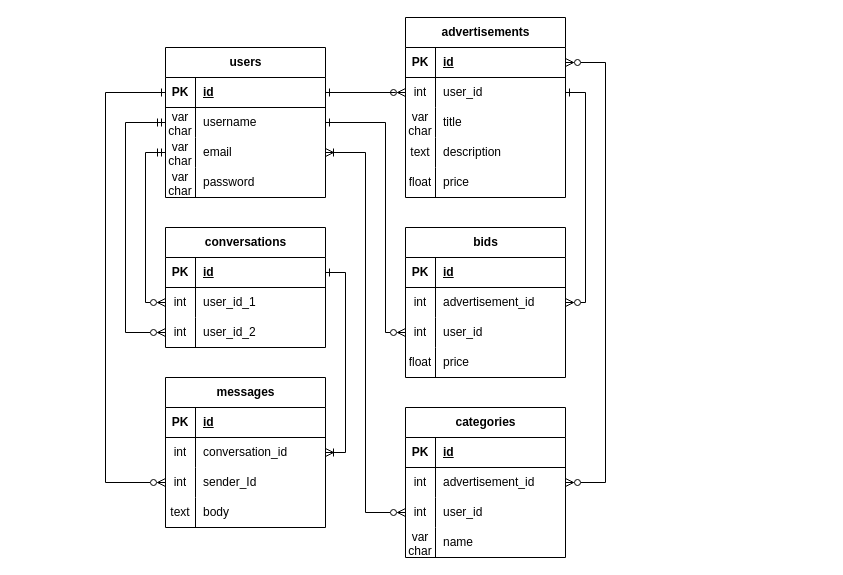
This is marketplace-database.drawio from LeggyBoiTim/laravel-marketplace, a draw.io file, before an edit. Source tidied: cells renumbered, new cells numbered last; positions are measured from the earlier drawing's top-left corner, leaving out a move shared by most shapes. Both pictures are drawn from the tidied source at 100%, with x=0, y=0 at pixel (105, 17).
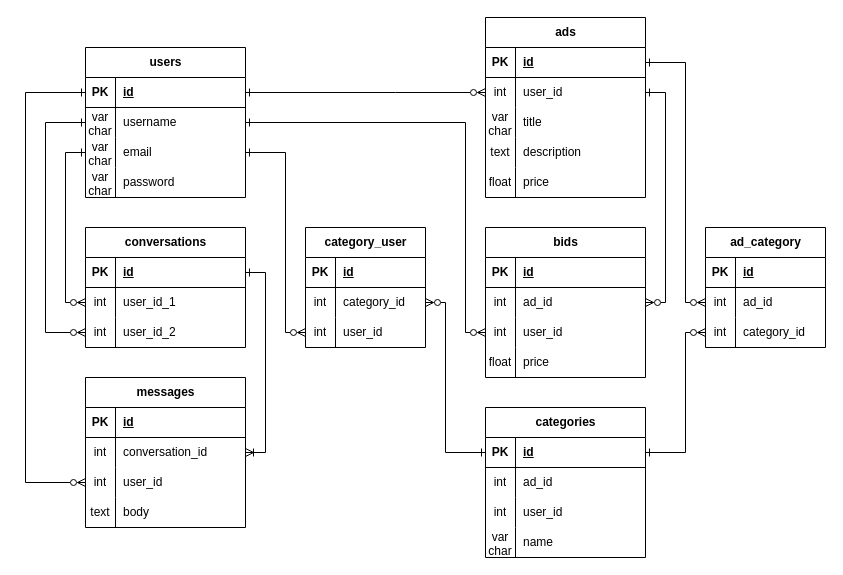
Above is the later version.

Commit message (it also covers changes not shown here):
Updated database diagram

The change refers to these unchanged cells:
```xml
<mxCell id="3" style="shape=tableRow;horizontal=0;startSize=0;swimlaneHead=0;swimlaneBody=0;fillColor=none;points=[[0,0.5],[1,0.5]];portConstraint=eastwest;top=0;left=0;right=0;bottom=1;" parent="2" vertex="1">
  <mxGeometry y="30" width="160" height="30" as="geometry" />
</mxCell>
<mxCell id="6" style="shape=tableRow;horizontal=0;startSize=0;swimlaneHead=0;swimlaneBody=0;fillColor=none;points=[[0,0.5],[1,0.5]];portConstraint=eastwest;top=0;left=0;right=0;bottom=0;" parent="2" vertex="1">
  <mxGeometry y="60" width="160" height="30" as="geometry" />
</mxCell>
<mxCell id="9" style="shape=tableRow;horizontal=0;startSize=0;swimlaneHead=0;swimlaneBody=0;fillColor=none;points=[[0,0.5],[1,0.5]];portConstraint=eastwest;top=0;left=0;right=0;bottom=0;" parent="2" vertex="1">
  <mxGeometry y="90" width="160" height="30" as="geometry" />
</mxCell>
<mxCell id="16" style="shape=tableRow;horizontal=0;startSize=0;swimlaneHead=0;swimlaneBody=0;fillColor=none;points=[[0,0.5],[1,0.5]];portConstraint=eastwest;top=0;left=0;right=0;bottom=1;" parent="15" vertex="1">
  <mxGeometry y="30" width="160" height="30" as="geometry" />
</mxCell>
<mxCell id="35" style="shape=tableRow;horizontal=0;startSize=0;swimlaneHead=0;swimlaneBody=0;fillColor=none;points=[[0,0.5],[1,0.5]];portConstraint=eastwest;top=0;left=0;right=0;bottom=0;" parent="31" vertex="1">
  <mxGeometry y="60" width="160" height="30" as="geometry" />
</mxCell>
<mxCell id="38" style="shape=tableRow;horizontal=0;startSize=0;swimlaneHead=0;swimlaneBody=0;fillColor=none;points=[[0,0.5],[1,0.5]];portConstraint=eastwest;top=0;left=0;right=0;bottom=0;" parent="31" vertex="1">
  <mxGeometry y="90" width="160" height="30" as="geometry" />
</mxCell>
<mxCell id="45" style="shape=tableRow;horizontal=0;startSize=0;swimlaneHead=0;swimlaneBody=0;fillColor=none;points=[[0,0.5],[1,0.5]];portConstraint=eastwest;top=0;left=0;right=0;bottom=1;" parent="44" vertex="1">
  <mxGeometry y="30" width="160" height="30" as="geometry" />
</mxCell>
<mxCell id="48" style="shape=tableRow;horizontal=0;startSize=0;swimlaneHead=0;swimlaneBody=0;fillColor=none;points=[[0,0.5],[1,0.5]];portConstraint=eastwest;top=0;left=0;right=0;bottom=0;" parent="44" vertex="1">
  <mxGeometry y="60" width="160" height="30" as="geometry" />
</mxCell>
<mxCell id="51" style="shape=tableRow;horizontal=0;startSize=0;swimlaneHead=0;swimlaneBody=0;fillColor=none;points=[[0,0.5],[1,0.5]];portConstraint=eastwest;top=0;left=0;right=0;bottom=0;" parent="44" vertex="1">
  <mxGeometry y="90" width="160" height="30" as="geometry" />
</mxCell>
<mxCell id="64" style="shape=tableRow;horizontal=0;startSize=0;swimlaneHead=0;swimlaneBody=0;fillColor=none;points=[[0,0.5],[1,0.5]];portConstraint=eastwest;top=0;left=0;right=0;bottom=0;" parent="57" vertex="1">
  <mxGeometry y="90" width="160" height="30" as="geometry" />
</mxCell>
<mxCell id="74" style="shape=tableRow;horizontal=0;startSize=0;swimlaneHead=0;swimlaneBody=0;fillColor=none;points=[[0,0.5],[1,0.5]];portConstraint=eastwest;top=0;left=0;right=0;bottom=0;" parent="70" vertex="1">
  <mxGeometry y="60" width="160" height="30" as="geometry" />
</mxCell>
<mxCell id="77" style="shape=tableRow;horizontal=0;startSize=0;swimlaneHead=0;swimlaneBody=0;fillColor=none;points=[[0,0.5],[1,0.5]];portConstraint=eastwest;top=0;left=0;right=0;bottom=0;" parent="70" vertex="1">
  <mxGeometry y="90" width="160" height="30" as="geometry" />
</mxCell>
```

The edit, as a diff of the source:
```diff
@@
     <mxCell id="2" value="users" style="shape=table;startSize=30;childLayout=tableLayout;rowLines=0;fontStyle=1;align=center;html=1;" parent="1" vertex="1">
-      <mxGeometry x="60" y="30" width="160" height="150" as="geometry" />
+      <mxGeometry x="-20" y="30" width="160" height="150" as="geometry" />
     </mxCell>
@@
-    <mxCell id="15" value="advertisements" style="shape=table;startSize=30;childLayout=tableLayout;rowLines=0;fontStyle=1;align=center;html=1;" parent="1" vertex="1">
-      <mxGeometry x="300" width="160" height="180" as="geometry" />
+    <mxCell id="15" value="ads" style="shape=table;startSize=30;childLayout=tableLayout;rowLines=0;fontStyle=1;align=center;html=1;" parent="1" vertex="1">
+      <mxGeometry x="380" width="160" height="180" as="geometry" />
     </mxCell>
@@
     <mxCell id="31" value="bids" style="shape=table;startSize=30;childLayout=tableLayout;rowLines=0;fontStyle=1;align=center;html=1;" parent="1" vertex="1">
-      <mxGeometry x="300" y="210" width="160" height="150" as="geometry" />
+      <mxGeometry x="380" y="210" width="160" height="150" as="geometry" />
     </mxCell>
@@
-    <mxCell id="37" value="advertisement_id" style="shape=partialRectangle;fillColor=none;top=0;left=0;bottom=0;right=0;align=left;spacingLeft=6;overflow=hidden;whiteSpace=wrap;html=1;" parent="35" vertex="1">
+    <mxCell id="37" value="ad_id" style="shape=partialRectangle;fillColor=none;top=0;left=0;bottom=0;right=0;align=left;spacingLeft=6;overflow=hidden;whiteSpace=wrap;html=1;" parent="35" vertex="1">
       <mxGeometry x="30" width="130" height="30" as="geometry" />
     </mxCell>
@@
     <mxCell id="44" value="categories" style="shape=table;startSize=30;childLayout=tableLayout;rowLines=0;fontStyle=1;align=center;html=1;" parent="1" vertex="1">
-      <mxGeometry x="300" y="390" width="160" height="150" as="geometry" />
+      <mxGeometry x="380" y="390" width="160" height="150" as="geometry" />
     </mxCell>
@@
-    <mxCell id="50" value="advertisement_id" style="shape=partialRectangle;fillColor=none;top=0;left=0;bottom=0;right=0;align=left;spacingLeft=6;overflow=hidden;whiteSpace=wrap;html=1;" parent="48" vertex="1">
+    <mxCell id="50" value="ad_id" style="shape=partialRectangle;fillColor=none;top=0;left=0;bottom=0;right=0;align=left;spacingLeft=6;overflow=hidden;whiteSpace=wrap;html=1;" parent="48" vertex="1">
       <mxGeometry x="30" width="130" height="30" as="geometry" />
     </mxCell>
@@
     <mxCell id="57" value="messages" style="shape=table;startSize=30;childLayout=tableLayout;rowLines=0;fontStyle=1;align=center;html=1;" parent="1" vertex="1">
-      <mxGeometry x="60" y="360" width="160" height="150" as="geometry" />
+      <mxGeometry x="-20" y="360" width="160" height="150" as="geometry" />
     </mxCell>
@@
-    <mxCell id="66" value="sender_Id" style="shape=partialRectangle;fillColor=none;top=0;left=0;bottom=0;right=0;align=left;spacingLeft=6;overflow=hidden;whiteSpace=wrap;html=1;" parent="64" vertex="1">
+    <mxCell id="66" value="user_id" style="shape=partialRectangle;fillColor=none;top=0;left=0;bottom=0;right=0;align=left;spacingLeft=6;overflow=hidden;whiteSpace=wrap;html=1;" parent="64" vertex="1">
       <mxGeometry x="30" width="130" height="30" as="geometry" />
     </mxCell>
@@
     <mxCell id="70" value="conversations" style="shape=table;startSize=30;childLayout=tableLayout;rowLines=0;fontStyle=1;align=center;html=1;" parent="1" vertex="1">
-      <mxGeometry x="60" y="210" width="160" height="120" as="geometry" />
+      <mxGeometry x="-20" y="210" width="160" height="120" as="geometry" />
     </mxCell>
@@
-    <mxCell id="81" style="edgeStyle=orthogonalEdgeStyle;rounded=0;jettySize=auto;html=1;exitX=1;exitY=0.5;exitDx=0;exitDy=0;entryX=0;entryY=0.5;entryDx=0;entryDy=0;endArrow=ERzeroToMany;endFill=0;startArrow=ERoneToMany;startFill=0;" parent="1" edge="1" source="9" target="51">
-      <mxGeometry relative="1" as="geometry">
-        <Array as="points">
-          <mxPoint x="260" y="135" />
-          <mxPoint x="260" y="495" />
-        </Array>
-      </mxGeometry>
-    </mxCell>
     <mxCell id="82" style="edgeStyle=orthogonalEdgeStyle;rounded=0;jettySize=auto;html=1;exitX=1;exitY=0.5;exitDx=0;exitDy=0;entryX=0;entryY=0.5;entryDx=0;entryDy=0;endArrow=ERzeroToMany;endFill=0;startArrow=ERone;startFill=0;" parent="1" edge="1" source="6" target="38">
       <mxGeometry relative="1" as="geometry">
         <Array as="points">
-          <mxPoint x="280" y="105" />
-          <mxPoint x="280" y="315" />
+          <mxPoint x="360" y="105" />
+          <mxPoint x="360" y="315" />
         </Array>
       </mxGeometry>
     </mxCell>
-    <mxCell id="83" style="edgeStyle=orthogonalEdgeStyle;rounded=0;jettySize=auto;html=1;exitX=1;exitY=0.5;exitDx=0;exitDy=0;entryX=1;entryY=0.5;entryDx=0;entryDy=0;endArrow=ERzeroToMany;endFill=0;startArrow=ERzeroToMany;startFill=0;" parent="1" edge="1" source="16" target="48">
-      <mxGeometry relative="1" as="geometry">
-        <Array as="points">
-          <mxPoint x="500" y="45" />
-          <mxPoint x="500" y="465" />
-        </Array>
-      </mxGeometry>
-    </mxCell>
@@
     <mxCell id="86" style="edgeStyle=orthogonalEdgeStyle;rounded=0;jettySize=auto;html=1;exitX=0;exitY=0.5;exitDx=0;exitDy=0;entryX=0;entryY=0.5;entryDx=0;entryDy=0;endArrow=ERzeroToMany;endFill=0;startArrow=ERone;startFill=0;" parent="1" edge="1" source="3" target="64">
       <mxGeometry relative="1" as="geometry">
         <Array as="points">
-          <mxPoint y="75" />
-          <mxPoint y="465" />
+          <mxPoint x="-80" y="75" />
+          <mxPoint x="-80" y="465" />
         </Array>
       </mxGeometry>
     </mxCell>
-    <mxCell id="87" style="edgeStyle=orthogonalEdgeStyle;rounded=0;jettySize=auto;html=1;exitX=0;exitY=0.5;exitDx=0;exitDy=0;entryX=0;entryY=0.5;entryDx=0;entryDy=0;endArrow=ERzeroToMany;endFill=0;startArrow=ERmandOne;startFill=0;" parent="1" edge="1" source="9" target="74">
+    <mxCell id="87" style="edgeStyle=orthogonalEdgeStyle;rounded=0;jettySize=auto;html=1;exitX=0;exitY=0.5;exitDx=0;exitDy=0;entryX=0;entryY=0.5;entryDx=0;entryDy=0;endArrow=ERzeroToMany;endFill=0;startArrow=ERone;startFill=0;" parent="1" edge="1" source="9" target="74">
       <mxGeometry relative="1" as="geometry" />
     </mxCell>
-    <mxCell id="88" style="edgeStyle=orthogonalEdgeStyle;rounded=0;jettySize=auto;html=1;exitX=0;exitY=0.5;exitDx=0;exitDy=0;entryX=0;entryY=0.5;entryDx=0;entryDy=0;endArrow=ERzeroToMany;endFill=0;startArrow=ERmandOne;startFill=0;" parent="1" edge="1" source="6" target="77">
+    <mxCell id="88" style="edgeStyle=orthogonalEdgeStyle;rounded=0;jettySize=auto;html=1;exitX=0;exitY=0.5;exitDx=0;exitDy=0;entryX=0;entryY=0.5;entryDx=0;entryDy=0;endArrow=ERzeroToMany;endFill=0;startArrow=ERone;startFill=0;" parent="1" edge="1" source="6" target="77">
       <mxGeometry relative="1" as="geometry">
         <Array as="points">
-          <mxPoint x="20" y="105" />
-          <mxPoint x="20" y="315" />
+          <mxPoint x="-60" y="105" />
+          <mxPoint x="-60" y="315" />
         </Array>
       </mxGeometry>
     </mxCell>
+    <mxCell id="89" value="category_user" style="shape=table;startSize=30;childLayout=tableLayout;rowLines=0;fontStyle=1;align=center;html=1;" parent="1" vertex="1">
+      <mxGeometry x="200" y="210" width="120" height="120" as="geometry" />
+    </mxCell>
+    <mxCell id="90" style="shape=tableRow;horizontal=0;startSize=0;swimlaneHead=0;swimlaneBody=0;fillColor=none;top=0;left=0;right=0;bottom=1;" parent="89" vertex="1">
+      <mxGeometry y="30" width="120" height="30" as="geometry" />
+    </mxCell>
+    <mxCell id="91" value="PK" style="shape=partialRectangle;fillColor=none;top=0;left=0;bottom=0;right=0;fontStyle=1;overflow=hidden;whiteSpace=wrap;html=1;" parent="90" vertex="1">
+      <mxGeometry width="30" height="30" as="geometry" />
+    </mxCell>
+    <mxCell id="92" value="id" style="shape=partialRectangle;fillColor=none;top=0;left=0;bottom=0;right=0;align=left;spacingLeft=6;fontStyle=5;overflow=hidden;whiteSpace=wrap;html=1;" parent="90" vertex="1">
+      <mxGeometry x="30" width="90" height="30" as="geometry" />
+    </mxCell>
+    <mxCell id="93" style="shape=tableRow;horizontal=0;startSize=0;swimlaneHead=0;swimlaneBody=0;fillColor=none;points=[[0,0.5],[1,0.5]];portConstraint=eastwest;top=0;left=0;right=0;bottom=0;" parent="89" vertex="1">
+      <mxGeometry y="60" width="120" height="30" as="geometry" />
+    </mxCell>
+    <mxCell id="94" value="int" style="shape=partialRectangle;fillColor=none;top=0;left=0;bottom=0;right=0;overflow=hidden;whiteSpace=wrap;html=1;" parent="93" vertex="1">
+      <mxGeometry width="30" height="30" as="geometry" />
+    </mxCell>
+    <mxCell id="95" value="category_id" style="shape=partialRectangle;fillColor=none;top=0;left=0;bottom=0;right=0;align=left;spacingLeft=6;overflow=hidden;whiteSpace=wrap;html=1;" parent="93" vertex="1">
+      <mxGeometry x="30" width="90" height="30" as="geometry" />
+    </mxCell>
+    <mxCell id="96" style="shape=tableRow;horizontal=0;startSize=0;swimlaneHead=0;swimlaneBody=0;fillColor=none;points=[[0,0.5],[1,0.5]];portConstraint=eastwest;top=0;left=0;right=0;bottom=0;" parent="89" vertex="1">
+      <mxGeometry y="90" width="120" height="30" as="geometry" />
+    </mxCell>
+    <mxCell id="97" value="int" style="shape=partialRectangle;fillColor=none;top=0;left=0;bottom=0;right=0;overflow=hidden;whiteSpace=wrap;html=1;" parent="96" vertex="1">
+      <mxGeometry width="30" height="30" as="geometry" />
+    </mxCell>
+    <mxCell id="98" value="user_id" style="shape=partialRectangle;fillColor=none;top=0;left=0;bottom=0;right=0;align=left;spacingLeft=6;overflow=hidden;whiteSpace=wrap;html=1;" parent="96" vertex="1">
+      <mxGeometry x="30" width="90" height="30" as="geometry" />
+    </mxCell>
+    <mxCell id="99" value="ad_category" style="shape=table;startSize=30;childLayout=tableLayout;rowLines=0;fontStyle=1;align=center;html=1;" parent="1" vertex="1">
+      <mxGeometry x="600" y="210" width="120" height="120" as="geometry" />
+    </mxCell>
+    <mxCell id="100" style="shape=tableRow;horizontal=0;startSize=0;swimlaneHead=0;swimlaneBody=0;fillColor=none;top=0;left=0;right=0;bottom=1;" parent="99" vertex="1">
+      <mxGeometry y="30" width="120" height="30" as="geometry" />
+    </mxCell>
+    <mxCell id="101" value="PK" style="shape=partialRectangle;fillColor=none;top=0;left=0;bottom=0;right=0;fontStyle=1;overflow=hidden;whiteSpace=wrap;html=1;" parent="100" vertex="1">
+      <mxGeometry width="30" height="30" as="geometry" />
+    </mxCell>
+    <mxCell id="102" value="id" style="shape=partialRectangle;fillColor=none;top=0;left=0;bottom=0;right=0;align=left;spacingLeft=6;fontStyle=5;overflow=hidden;whiteSpace=wrap;html=1;" parent="100" vertex="1">
+      <mxGeometry x="30" width="90" height="30" as="geometry" />
+    </mxCell>
+    <mxCell id="103" style="shape=tableRow;horizontal=0;startSize=0;swimlaneHead=0;swimlaneBody=0;fillColor=none;points=[[0,0.5],[1,0.5]];portConstraint=eastwest;top=0;left=0;right=0;bottom=0;" parent="99" vertex="1">
+      <mxGeometry y="60" width="120" height="30" as="geometry" />
+    </mxCell>
+    <mxCell id="104" value="int" style="shape=partialRectangle;fillColor=none;top=0;left=0;bottom=0;right=0;overflow=hidden;whiteSpace=wrap;html=1;" parent="103" vertex="1">
+      <mxGeometry width="30" height="30" as="geometry" />
+    </mxCell>
+    <mxCell id="105" value="ad_id" style="shape=partialRectangle;fillColor=none;top=0;left=0;bottom=0;right=0;align=left;spacingLeft=6;overflow=hidden;whiteSpace=wrap;html=1;" parent="103" vertex="1">
+      <mxGeometry x="30" width="90" height="30" as="geometry" />
+    </mxCell>
+    <mxCell id="106" style="shape=tableRow;horizontal=0;startSize=0;swimlaneHead=0;swimlaneBody=0;fillColor=none;points=[[0,0.5],[1,0.5]];portConstraint=eastwest;top=0;left=0;right=0;bottom=0;" parent="99" vertex="1">
+      <mxGeometry y="90" width="120" height="30" as="geometry" />
+    </mxCell>
+    <mxCell id="107" value="int" style="shape=partialRectangle;fillColor=none;top=0;left=0;bottom=0;right=0;overflow=hidden;whiteSpace=wrap;html=1;" parent="106" vertex="1">
+      <mxGeometry width="30" height="30" as="geometry" />
+    </mxCell>
+    <mxCell id="108" value="category_id" style="shape=partialRectangle;fillColor=none;top=0;left=0;bottom=0;right=0;align=left;spacingLeft=6;overflow=hidden;whiteSpace=wrap;html=1;" parent="106" vertex="1">
+      <mxGeometry x="30" width="90" height="30" as="geometry" />
+    </mxCell>
+    <mxCell id="109" style="edgeStyle=orthogonalEdgeStyle;rounded=0;jettySize=auto;html=1;exitX=1;exitY=0.5;exitDx=0;exitDy=0;entryX=0;entryY=0.5;entryDx=0;entryDy=0;endArrow=ERzeroToMany;endFill=0;startArrow=ERone;startFill=0;" parent="1" edge="1" source="9" target="96">
+      <mxGeometry relative="1" as="geometry">
+        <Array as="points">
+          <mxPoint x="180" y="135" />
+          <mxPoint x="180" y="315" />
+        </Array>
+      </mxGeometry>
+    </mxCell>
+    <mxCell id="110" style="edgeStyle=orthogonalEdgeStyle;rounded=0;jettySize=auto;html=1;exitX=0;exitY=0.5;exitDx=0;exitDy=0;entryX=1;entryY=0.5;entryDx=0;entryDy=0;endArrow=ERzeroToMany;endFill=0;startArrow=ERone;startFill=0;" parent="1" edge="1" source="45" target="93">
+      <mxGeometry relative="1" as="geometry">
+        <Array as="points">
+          <mxPoint x="340" y="435" />
+          <mxPoint x="340" y="285" />
+        </Array>
+      </mxGeometry>
+    </mxCell>
+    <mxCell id="111" style="edgeStyle=orthogonalEdgeStyle;rounded=0;jettySize=auto;html=1;exitX=1;exitY=0.5;exitDx=0;exitDy=0;entryX=0;entryY=0.5;entryDx=0;entryDy=0;endArrow=ERzeroToMany;endFill=0;startArrow=ERone;startFill=0;" parent="1" edge="1" source="16" target="103">
+      <mxGeometry relative="1" as="geometry">
+        <Array as="points">
+          <mxPoint x="580" y="45" />
+          <mxPoint x="580" y="285" />
+        </Array>
+      </mxGeometry>
+    </mxCell>
+    <mxCell id="112" style="edgeStyle=orthogonalEdgeStyle;rounded=0;jettySize=auto;html=1;exitX=1;exitY=0.5;exitDx=0;exitDy=0;entryX=0;entryY=0.5;entryDx=0;entryDy=0;endArrow=ERzeroToMany;endFill=0;startArrow=ERone;startFill=0;" parent="1" edge="1" source="45" target="106">
+      <mxGeometry relative="1" as="geometry">
+        <Array as="points">
+          <mxPoint x="580" y="435" />
+          <mxPoint x="580" y="315" />
+        </Array>
+      </mxGeometry>
+    </mxCell>
```
